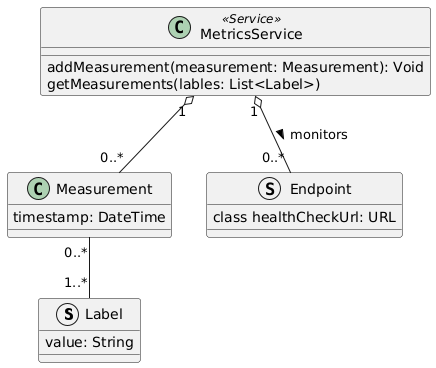
Above: doc/diagrams/metrics-server-domain-model.png in Ventus218/SAP-assignment-02 (PlantUML), before the change. Its diagram source:
```plantuml
@startuml metrics-server-domain-model

struct Label {
    value: String
}

class Measurement {
    timestamp: DateTime
}

Measurement "0..*" -- "1..*" Label

struct Endpoint {
    class healthCheckUrl: URL
}

class MetricsService <<Service>> {
    addMeasurement(measurement: Measurement): Void
    getMeasurements(lables: List<Label>)
}

MetricsService "1" o-- "0..*" Endpoint : "monitors >"
MetricsService "1" o-- "0..*" Measurement

@enduml
```
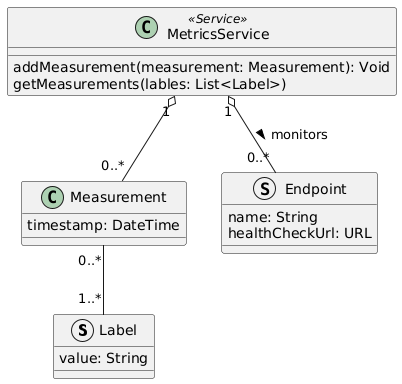
Above is the later version.

Commit message:
Automatically generated PlantUML diagrams

Change to the diagram source:
```diff
@@ -11,7 +11,8 @@
 Measurement "0..*" -- "1..*" Label
 
 struct Endpoint {
-    class healthCheckUrl: URL
+    name: String
+    healthCheckUrl: URL
 }
 
 class MetricsService <<Service>> {
```
